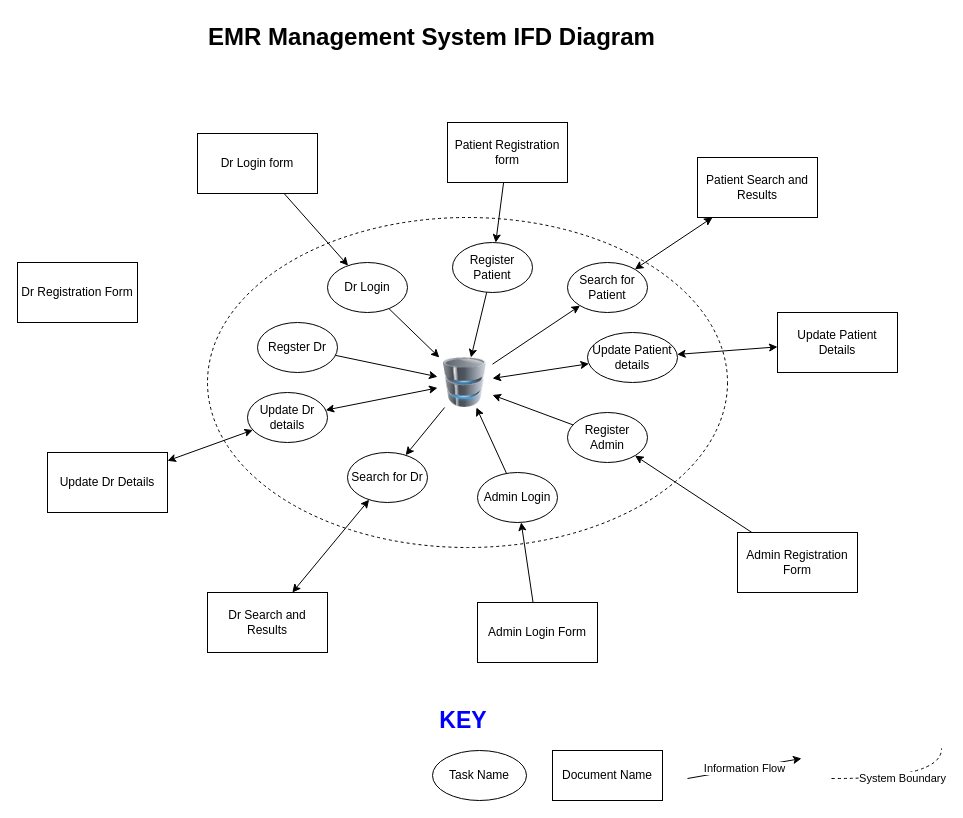
This is Submissions/Assignment01/IFD.drawio from hussainlallani/f20_csfs1030, a draw.io file, before an edit. Source tidied: cells renumbered, new cells numbered last; positions are measured from the earlier drawing's top-left corner, leaving out a move shared by most shapes. Both pictures are drawn from the tidied source at 100%, with x=0, y=0 at pixel (17, 17).
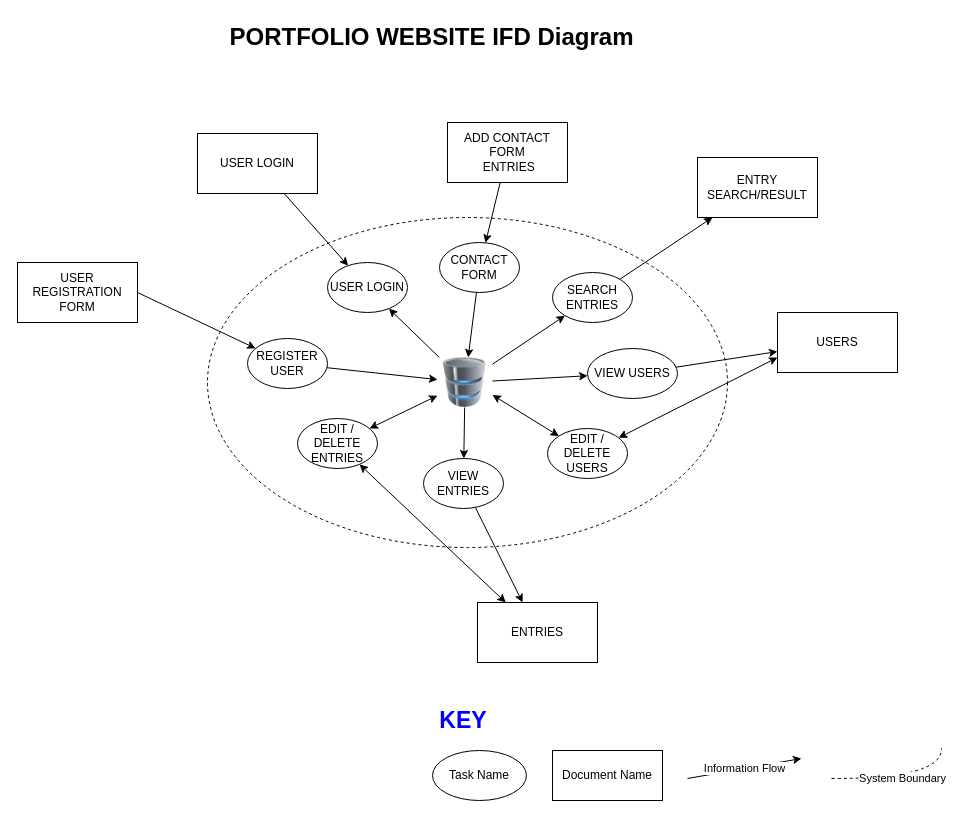
Above is the later version.

Unchanged cells that the change refers to:
```xml
<mxCell id="3" style="image;html=1;image=img/lib/clip_art/computers/Database_128x128.png;dashed=1;" parent="1" vertex="1">
  <mxGeometry x="420" y="340" width="55" height="50" as="geometry" />
</mxCell>
```

Change to the diagram source:
```diff
@@
-    <mxCell id="4" style="edgeStyle=none;rounded=0;jettySize=auto;html=1;startArrow=classic;startFill=1;" parent="1" edge="1" source="5" target="36">
+    <mxCell id="4" style="edgeStyle=none;rounded=0;jettySize=auto;html=1;startArrow=classic;startFill=1;endArrow=none;endFill=0;" parent="1" edge="1" source="5" target="36">
       <mxGeometry relative="1" as="geometry" />
     </mxCell>
-    <mxCell id="5" value="Patient Search and Results" style="rounded=0;whiteSpace=wrap;html=1;" parent="1" vertex="1">
+    <mxCell id="5" value="ENTRY SEARCH/RESULT" style="rounded=0;whiteSpace=wrap;html=1;" parent="1" vertex="1">
       <mxGeometry x="680" y="140" width="120" height="60" as="geometry" />
     </mxCell>
-    <mxCell id="6" value="Update Patient Details" style="rounded=0;whiteSpace=wrap;html=1;" parent="1" vertex="1">
+    <mxCell id="6" value="USERS" style="rounded=0;whiteSpace=wrap;html=1;" parent="1" vertex="1">
       <mxGeometry x="760" y="295" width="120" height="60" as="geometry" />
     </mxCell>
-    <mxCell id="7" style="edgeStyle=none;rounded=0;jettySize=auto;html=1;startArrow=none;startFill=0;endArrow=classic;endFill=1;" parent="1" edge="1" source="8" target="31">
+    <mxCell id="7" style="edgeStyle=none;rounded=0;jettySize=auto;html=1;startArrow=classic;startFill=1;endArrow=classic;endFill=1;exitX=0;exitY=0.75;exitDx=0;exitDy=0;" parent="1" edge="1" source="6" target="31">
       <mxGeometry relative="1" as="geometry" />
     </mxCell>
-    <mxCell id="8" value="Admin Registration Form" style="rounded=0;whiteSpace=wrap;html=1;" parent="1" vertex="1">
-      <mxGeometry x="720" y="515" width="120" height="60" as="geometry" />
-    </mxCell>
-    <mxCell id="9" style="edgeStyle=none;rounded=0;jettySize=auto;html=1;startArrow=none;startFill=0;endArrow=classic;endFill=1;" parent="1" edge="1" source="10" target="29">
+    <mxCell id="9" style="edgeStyle=none;rounded=0;jettySize=auto;html=1;startArrow=classic;startFill=1;endArrow=none;endFill=0;" parent="1" edge="1" source="10" target="29">
       <mxGeometry relative="1" as="geometry" />
     </mxCell>
-    <mxCell id="10" value="Admin Login Form" style="rounded=0;whiteSpace=wrap;html=1;" parent="1" vertex="1">
+    <mxCell id="10" value="ENTRIES" style="rounded=0;whiteSpace=wrap;html=1;" parent="1" vertex="1">
       <mxGeometry x="460" y="585" width="120" height="60" as="geometry" />
     </mxCell>
-    <mxCell id="11" style="edgeStyle=none;rounded=0;jettySize=auto;html=1;startArrow=classic;startFill=1;endArrow=classic;endFill=1;" parent="1" edge="1" source="12" target="27">
+    <mxCell id="11" style="edgeStyle=none;rounded=0;jettySize=auto;html=1;startArrow=classic;startFill=1;endArrow=classic;endFill=1;" parent="1" edge="1" source="10" target="27">
       <mxGeometry relative="1" as="geometry" />
     </mxCell>
-    <mxCell id="12" value="Dr Search and Results" style="rounded=0;whiteSpace=wrap;html=1;" parent="1" vertex="1">
-      <mxGeometry x="190" y="575" width="120" height="60" as="geometry" />
-    </mxCell>
@@
-    <mxCell id="14" value="Patient Registration form" style="rounded=0;whiteSpace=wrap;html=1;" parent="1" vertex="1">
+    <mxCell id="14" value="ADD CONTACT FORM&lt;br&gt;&amp;nbsp;ENTRIES" style="rounded=0;whiteSpace=wrap;html=1;" parent="1" vertex="1">
       <mxGeometry x="430" y="105" width="120" height="60" as="geometry" />
     </mxCell>
@@
-    <mxCell id="16" value="Dr Login form" style="rounded=0;whiteSpace=wrap;html=1;" parent="1" vertex="1">
+    <mxCell id="16" value="USER LOGIN" style="rounded=0;whiteSpace=wrap;html=1;" parent="1" vertex="1">
       <mxGeometry x="180" y="116" width="120" height="60" as="geometry" />
     </mxCell>
-    <mxCell id="17" value="Dr Registration Form" style="rounded=0;whiteSpace=wrap;html=1;" parent="1" vertex="1">
+    <mxCell id="17" value="USER REGISTRATION FORM" style="rounded=0;whiteSpace=wrap;html=1;" parent="1" vertex="1">
       <mxGeometry y="245" width="120" height="60" as="geometry" />
     </mxCell>
-    <mxCell id="18" style="edgeStyle=none;rounded=0;jettySize=auto;html=1;startArrow=classic;startFill=1;endArrow=classic;endFill=1;" parent="1" edge="1" source="19" target="25">
-      <mxGeometry relative="1" as="geometry" />
-    </mxCell>
-    <mxCell id="19" value="Update Dr Details" style="rounded=0;whiteSpace=wrap;html=1;" parent="1" vertex="1">
-      <mxGeometry x="30" y="435" width="120" height="60" as="geometry" />
-    </mxCell>
-    <mxCell id="20" style="edgeStyle=none;rounded=0;jettySize=auto;html=1;" parent="1" edge="1" source="21" target="3">
+    <mxCell id="20" style="rounded=0;jettySize=auto;html=1;endArrow=none;endFill=0;startArrow=classic;startFill=1;" parent="1" edge="1" source="21" target="3">
       <mxGeometry relative="1" as="geometry" />
     </mxCell>
-    <mxCell id="21" value="Dr Login" style="ellipse;whiteSpace=wrap;html=1;" parent="1" vertex="1">
+    <mxCell id="21" value="USER LOGIN" style="ellipse;whiteSpace=wrap;html=1;" parent="1" vertex="1">
       <mxGeometry x="310" y="245" width="80" height="50" as="geometry" />
     </mxCell>
@@
-    <mxCell id="23" value="Register Patient" style="ellipse;whiteSpace=wrap;html=1;" parent="1" vertex="1">
-      <mxGeometry x="435" y="225" width="80" height="50" as="geometry" />
+    <mxCell id="23" value="CONTACT FORM" style="ellipse;whiteSpace=wrap;html=1;" parent="1" vertex="1">
+      <mxGeometry x="422" y="225" width="80" height="50" as="geometry" />
     </mxCell>
-    <mxCell id="24" style="edgeStyle=none;rounded=0;jettySize=auto;html=1;startArrow=classic;startFill=1;endArrow=classic;endFill=1;" parent="1" edge="1" source="25" target="3">
-      <mxGeometry relative="1" as="geometry" />
-    </mxCell>
-    <mxCell id="25" value="Update Dr details" style="ellipse;whiteSpace=wrap;html=1;" parent="1" vertex="1">
-      <mxGeometry x="230" y="375" width="80" height="50" as="geometry" />
-    </mxCell>
-    <mxCell id="26" style="edgeStyle=none;rounded=0;jettySize=auto;html=1;startArrow=classic;startFill=1;endArrow=none;endFill=0;" parent="1" edge="1" source="27" target="3">
+    <mxCell id="26" style="edgeStyle=none;rounded=0;jettySize=auto;html=1;startArrow=classic;startFill=1;endArrow=classic;endFill=1;" parent="1" edge="1" source="27" target="3">
       <mxGeometry relative="1" as="geometry" />
     </mxCell>
-    <mxCell id="27" value="Search for Dr" style="ellipse;whiteSpace=wrap;html=1;" parent="1" vertex="1">
-      <mxGeometry x="330" y="435" width="80" height="50" as="geometry" />
+    <mxCell id="27" value="EDIT / DELETE ENTRIES" style="ellipse;whiteSpace=wrap;html=1;" parent="1" vertex="1">
+      <mxGeometry x="280" y="401" width="80" height="50" as="geometry" />
     </mxCell>
-    <mxCell id="28" style="edgeStyle=none;rounded=0;jettySize=auto;html=1;startArrow=none;startFill=0;endArrow=classic;endFill=1;" parent="1" edge="1" source="29" target="3">
+    <mxCell id="28" style="edgeStyle=none;rounded=0;jettySize=auto;html=1;startArrow=classic;startFill=1;endArrow=none;endFill=0;" parent="1" edge="1" source="29" target="3">
       <mxGeometry relative="1" as="geometry" />
     </mxCell>
-    <mxCell id="29" value="Admin Login" style="ellipse;whiteSpace=wrap;html=1;" parent="1" vertex="1">
-      <mxGeometry x="460" y="455" width="80" height="50" as="geometry" />
+    <mxCell id="29" value="VIEW ENTRIES" style="ellipse;whiteSpace=wrap;html=1;" parent="1" vertex="1">
+      <mxGeometry x="406" y="441" width="80" height="50" as="geometry" />
     </mxCell>
-    <mxCell id="30" style="edgeStyle=none;rounded=0;jettySize=auto;html=1;startArrow=none;startFill=0;endArrow=classic;endFill=1;entryX=1;entryY=0.75;entryDx=0;entryDy=0;" parent="1" edge="1" source="31" target="3">
+    <mxCell id="30" style="edgeStyle=none;rounded=0;jettySize=auto;html=1;startArrow=classic;startFill=1;endArrow=classic;endFill=1;entryX=1;entryY=0.75;entryDx=0;entryDy=0;" parent="1" edge="1" source="31" target="3">
       <mxGeometry relative="1" as="geometry" />
     </mxCell>
-    <mxCell id="31" value="Register Admin" style="ellipse;whiteSpace=wrap;html=1;" parent="1" vertex="1">
-      <mxGeometry x="550" y="395" width="80" height="50" as="geometry" />
+    <mxCell id="31" value="EDIT / DELETE USERS" style="ellipse;whiteSpace=wrap;html=1;" parent="1" vertex="1">
+      <mxGeometry x="530" y="411" width="80" height="50" as="geometry" />
     </mxCell>
-    <mxCell id="32" style="edgeStyle=none;rounded=0;jettySize=auto;html=1;startArrow=classic;startFill=1;endArrow=classic;endFill=1;" parent="1" edge="1" source="34" target="3">
+    <mxCell id="32" style="edgeStyle=none;rounded=0;jettySize=auto;html=1;startArrow=classic;startFill=1;endArrow=none;endFill=0;" parent="1" edge="1" source="34" target="3">
       <mxGeometry relative="1" as="geometry" />
     </mxCell>
-    <mxCell id="33" style="edgeStyle=none;rounded=0;jettySize=auto;html=1;startArrow=classic;startFill=1;endArrow=classic;endFill=1;" parent="1" edge="1" source="34" target="6">
+    <mxCell id="33" style="edgeStyle=none;rounded=0;jettySize=auto;html=1;startArrow=none;startFill=0;endArrow=classic;endFill=1;" parent="1" edge="1" source="34" target="6">
       <mxGeometry relative="1" as="geometry" />
     </mxCell>
-    <mxCell id="34" value="Update Patient details" style="ellipse;whiteSpace=wrap;html=1;" parent="1" vertex="1">
-      <mxGeometry x="570" y="315" width="90" height="50" as="geometry" />
+    <mxCell id="34" value="VIEW USERS" style="ellipse;whiteSpace=wrap;html=1;" parent="1" vertex="1">
+      <mxGeometry x="570" y="331" width="90" height="50" as="geometry" />
     </mxCell>
@@
-    <mxCell id="36" value="Search for Patient" style="ellipse;whiteSpace=wrap;html=1;" parent="1" vertex="1">
-      <mxGeometry x="550" y="245" width="80" height="50" as="geometry" />
+    <mxCell id="36" value="SEARCH ENTRIES" style="ellipse;whiteSpace=wrap;html=1;" parent="1" vertex="1">
+      <mxGeometry x="535" y="255" width="80" height="50" as="geometry" />
     </mxCell>
@@
-    <mxCell id="38" value="Regster Dr" style="ellipse;whiteSpace=wrap;html=1;" parent="1" vertex="1">
-      <mxGeometry x="240" y="305" width="80" height="50" as="geometry" />
+    <mxCell id="38" value="REGISTER USER" style="ellipse;whiteSpace=wrap;html=1;" parent="1" vertex="1">
+      <mxGeometry x="230" y="321" width="80" height="50" as="geometry" />
     </mxCell>
@@
-    <mxCell id="44" value="EMR Management System IFD Diagram" style="text;strokeColor=none;fillColor=none;html=1;fontSize=24;fontStyle=1;verticalAlign=middle;align=center;" parent="1" vertex="1">
+    <mxCell id="44" value="PORTFOLIO WEBSITE IFD Diagram" style="text;strokeColor=none;fillColor=none;html=1;fontSize=24;fontStyle=1;verticalAlign=middle;align=center;" parent="1" vertex="1">
       <mxGeometry x="364" width="100" height="40" as="geometry" />
     </mxCell>
+    <mxCell id="45" style="endArrow=classic;html=1;" parent="1" edge="1" target="38">
+      <mxGeometry relative="1" as="geometry">
+        <mxPoint x="120" y="275" as="sourcePoint" />
+      </mxGeometry>
+    </mxCell>
+    <mxCell id="46" style="edgeStyle=none;rounded=0;orthogonalLoop=1;jettySize=auto;html=1;exitX=0.5;exitY=0;exitDx=0;exitDy=0;startArrow=classic;startFill=1;endArrow=none;endFill=0;" parent="1" edge="1" source="31" target="31">
+      <mxGeometry relative="1" as="geometry" />
+    </mxCell>
```
